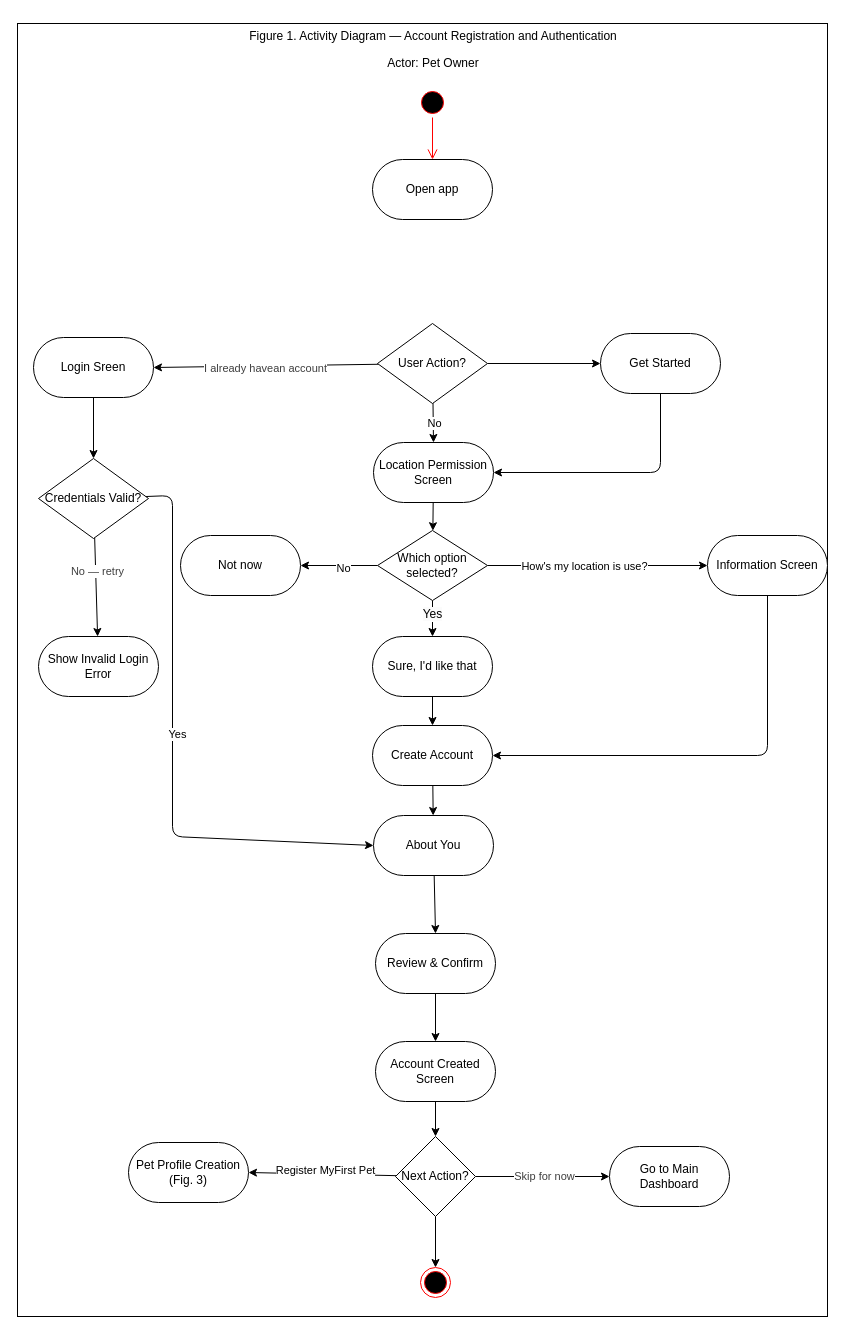
Earlier version of the draw.io diagram ActivityDiagram_Figure1_USALLA.drawio (Chels013/Breedr-Diagrams). Source tidied: cells renumbered, new cells numbered last; positions are measured from the earlier drawing's top-left corner, leaving out a move shared by most shapes. Both pictures are drawn from the tidied source at 100%, with x=0, y=0 at pixel (17, 23).
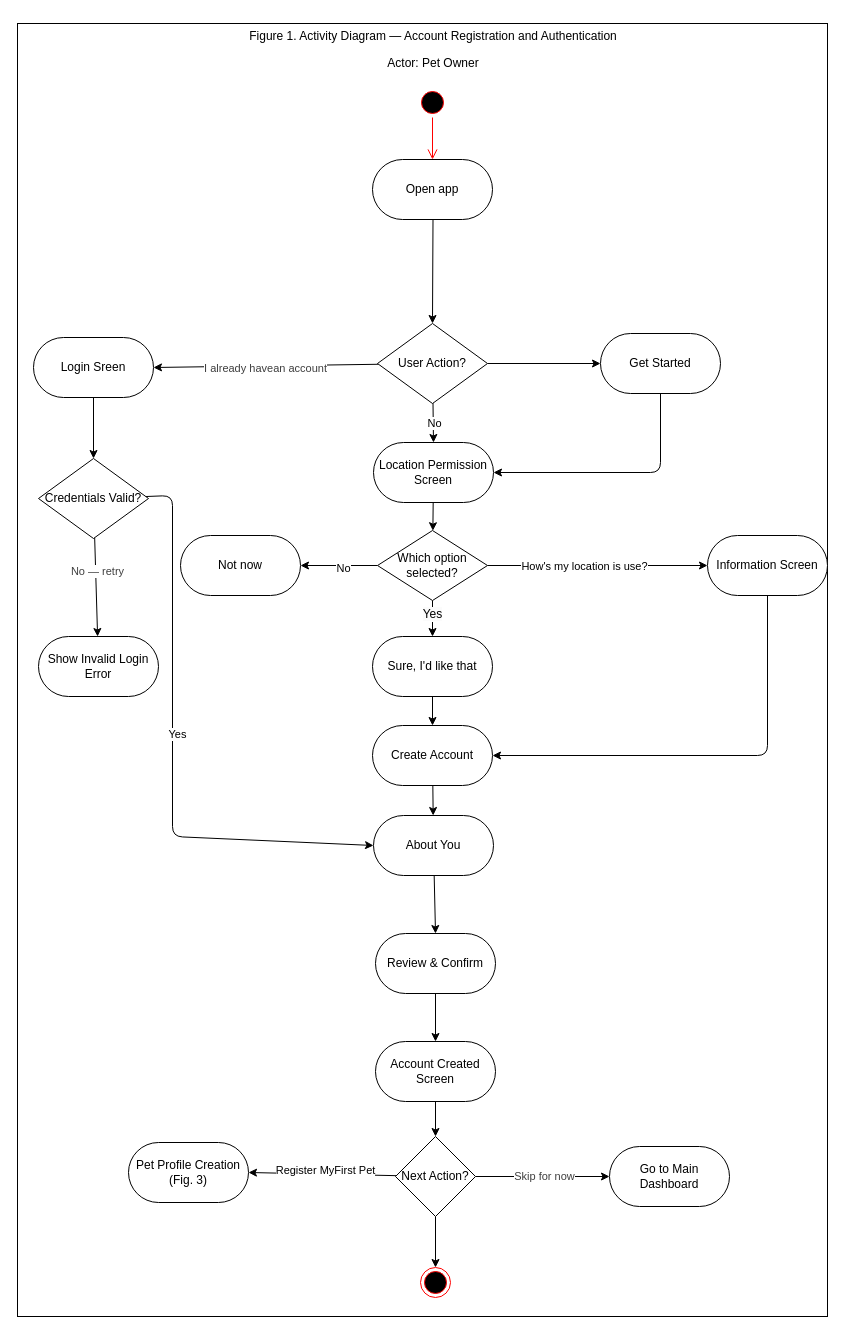
The same diagram, later.

The change refers to these unchanged cells:
```xml
<mxCell id="16" value="&lt;p&gt;User Action?&lt;/p&gt;" style="rhombus;whiteSpace=wrap;html=1;" parent="1" vertex="1">
  <mxGeometry x="360" y="300" width="110" height="80" as="geometry" />
</mxCell>
```

Change to the diagram source:
```diff
@@
+    <mxCell id="54" style="edgeStyle=none;html=1;entryX=0.5;entryY=0;entryDx=0;entryDy=0;" parent="1" edge="1" target="16">
+      <mxGeometry relative="1" as="geometry">
+        <mxPoint x="415.5" y="196" as="sourcePoint" />
+      </mxGeometry>
+    </mxCell>
```
